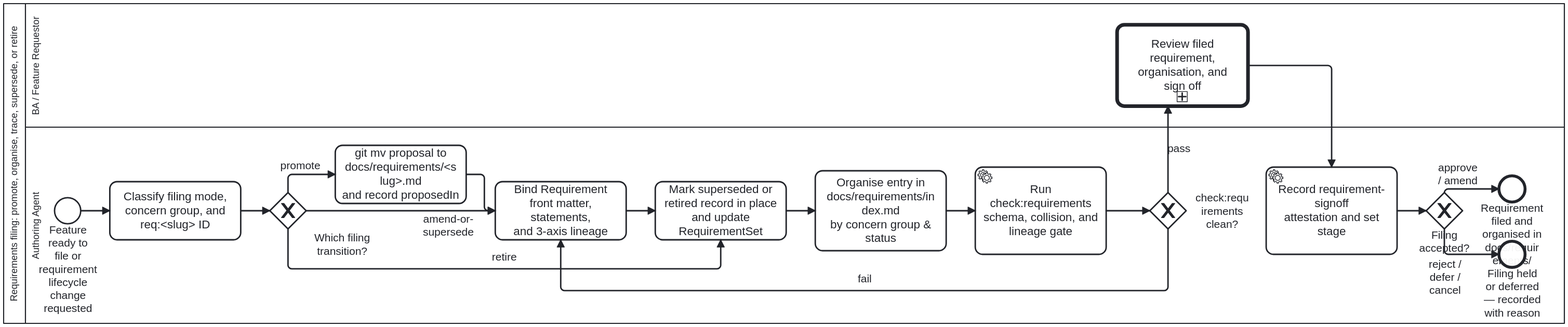
Before: docs/assets/img/workflows/requirements-filing.svg, a diagram exported from BPMN (litlfred/cat-harness). Its source is kept beside it as processes/sdlc/requirements-filing.bpmn. Ids are renumbered.
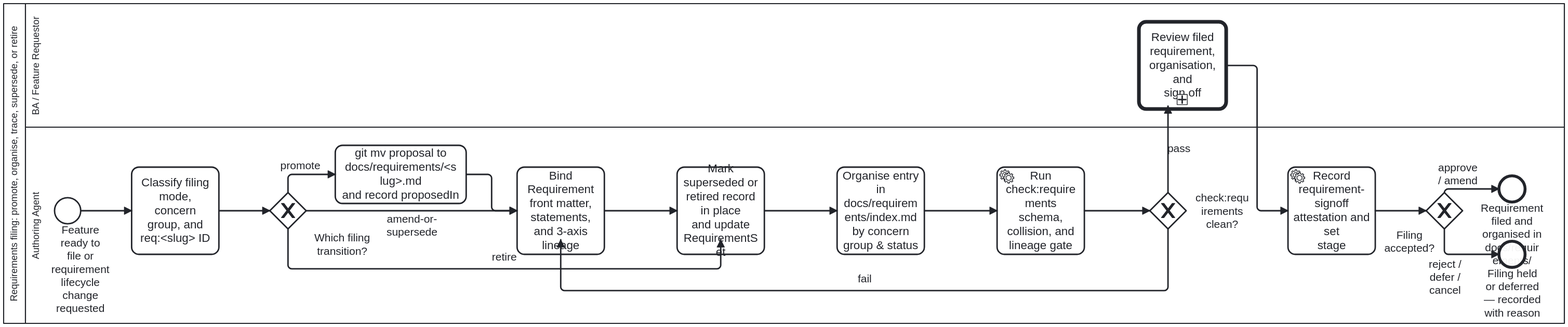
Later version of the same file.

Change to the diagram source:
```diff
@@ -159,9 +159,10 @@
 
       <bpmndi:BPMNShape id="Shape_Start_Process_RequirementsFiling" bpmnElement="Start_Process_RequirementsFiling">
         <dc:Bounds x="230" y="347" width="36" height="36" />
+        <bpmndi:BPMNLabel><dc:Bounds x="219.92" y="382.5" width="90" height="126" /></bpmndi:BPMNLabel>
       </bpmndi:BPMNShape>
       <bpmndi:BPMNShape id="Shape_A_ClassifyFiling" bpmnElement="A_ClassifyFiling">
-        <dc:Bounds x="306" y="325" width="180" height="80" />
+        <dc:Bounds x="336" y="305" width="120" height="120" />
       </bpmndi:BPMNShape>
       <bpmndi:BPMNShape id="Shape_GW_FilingMode" bpmnElement="GW_FilingMode" isMarkerVisible="true">
         <dc:Bounds x="526" y="340" width="50" height="50" />
@@ -171,29 +172,30 @@
         <dc:Bounds x="616" y="275" width="180" height="80" />
       </bpmndi:BPMNShape>
       <bpmndi:BPMNShape id="Shape_A_BindFrontMatter" bpmnElement="A_BindFrontMatter">
-        <dc:Bounds x="836" y="325" width="180" height="80" />
+        <dc:Bounds x="866" y="305" width="120" height="120" />
       </bpmndi:BPMNShape>
       <bpmndi:BPMNShape id="Shape_A_UpdateLifecycle" bpmnElement="A_UpdateLifecycle">
-        <dc:Bounds x="1056" y="325" width="180" height="80" />
+        <dc:Bounds x="1086" y="305" width="120" height="120" />
       </bpmndi:BPMNShape>
       <bpmndi:BPMNShape id="Shape_A_UpdateIndex" bpmnElement="A_UpdateIndex">
-        <dc:Bounds x="1276" y="310" width="180" height="110" />
+        <dc:Bounds x="1306" y="305" width="120" height="120" />
       </bpmndi:BPMNShape>
       <bpmndi:BPMNShape id="Shape_A_RunCheck" bpmnElement="A_RunCheck">
-        <dc:Bounds x="1496" y="305" width="180" height="120" />
+        <dc:Bounds x="1526" y="305" width="120" height="120" />
       </bpmndi:BPMNShape>
       <bpmndi:BPMNShape id="Shape_GW_CheckPassed" bpmnElement="GW_CheckPassed" isMarkerVisible="true">
         <dc:Bounds x="1736" y="340" width="50" height="50" />
-        <bpmndi:BPMNLabel><dc:Bounds x="1790" y="338.5" width="90" height="53" /></bpmndi:BPMNLabel>
-      </bpmndi:BPMNShape>
+
+      <bpmndi:BPMNLabel><dc:Bounds x="1790" y="338.5" width="90" height="53" /></bpmndi:BPMNLabel></bpmndi:BPMNShape>
       <bpmndi:BPMNShape id="Shape_BA_ReviewFiling" bpmnElement="BA_ReviewFiling">
-        <dc:Bounds x="1691" y="109" width="180" height="112" />
+        <dc:Bounds x="1721" y="105" width="120" height="120" />
       </bpmndi:BPMNShape>
       <bpmndi:BPMNShape id="Shape_A_RecordFilingSignoff" bpmnElement="A_RecordFilingSignoff">
-        <dc:Bounds x="1896" y="305" width="180" height="120" />
+        <dc:Bounds x="1926" y="305" width="120" height="120" />
       </bpmndi:BPMNShape>
       <bpmndi:BPMNShape id="Shape_GW_FilingAccepted" bpmnElement="GW_FilingAccepted" isMarkerVisible="true">
         <dc:Bounds x="2116" y="340" width="50" height="50" />
+        <bpmndi:BPMNLabel><dc:Bounds x="2048.01" y="389.5" width="90" height="36" /></bpmndi:BPMNLabel>
       </bpmndi:BPMNShape>
       <bpmndi:BPMNShape id="Shape_End_RequirementFiled" bpmnElement="End_RequirementFiled">
         <dc:Bounds x="2216" y="317" width="36" height="36" />
@@ -204,10 +206,10 @@
 
       <bpmndi:BPMNEdge id="Edge_SF_RF_1" bpmnElement="SF_RF_1">
         <di:waypoint x="266" y="365" />
-        <di:waypoint x="306" y="365" />
+        <di:waypoint x="336" y="365" />
       </bpmndi:BPMNEdge>
       <bpmndi:BPMNEdge id="Edge_SF_RF_2" bpmnElement="SF_RF_2">
-        <di:waypoint x="486" y="365" />
+        <di:waypoint x="456" y="365" />
         <di:waypoint x="526" y="365" />
       </bpmndi:BPMNEdge>
       <bpmndi:BPMNEdge id="Edge_SF_RF_Promote" bpmnElement="SF_RF_Promote">
@@ -218,8 +220,8 @@
       </bpmndi:BPMNEdge>
       <bpmndi:BPMNEdge id="Edge_SF_RF_Amend" bpmnElement="SF_RF_Amend">
         <di:waypoint x="576" y="365" />
-        <di:waypoint x="836" y="365" />
-        <bpmndi:BPMNLabel><dc:Bounds x="726" y="368" width="90" height="36" /></bpmndi:BPMNLabel>
+        <di:waypoint x="866" y="365" />
+        <bpmndi:BPMNLabel><dc:Bounds x="676" y="368" width="90" height="36" /></bpmndi:BPMNLabel>
       </bpmndi:BPMNEdge>
       <bpmndi:BPMNEdge id="Edge_SF_RF_Retire" bpmnElement="SF_RF_Retire">
         <di:waypoint x="551" y="390" />
@@ -229,24 +231,24 @@
       </bpmndi:BPMNEdge>
       <bpmndi:BPMNEdge id="Edge_SF_RF_3" bpmnElement="SF_RF_3">
         <di:waypoint x="796" y="315" />
-        <di:waypoint x="821" y="315" />
-        <di:waypoint x="821" y="365" />
-        <di:waypoint x="836" y="365" />
+        <di:waypoint x="831" y="315" />
+        <di:waypoint x="831" y="365" />
+        <di:waypoint x="866" y="365" />
       </bpmndi:BPMNEdge>
       <bpmndi:BPMNEdge id="Edge_SF_RF_4" bpmnElement="SF_RF_4">
-        <di:waypoint x="1016" y="365" />
-        <di:waypoint x="1056" y="365" />
+        <di:waypoint x="986" y="365" />
+        <di:waypoint x="1086" y="365" />
       </bpmndi:BPMNEdge>
       <bpmndi:BPMNEdge id="Edge_SF_RF_5" bpmnElement="SF_RF_5">
-        <di:waypoint x="1236" y="365" />
-        <di:waypoint x="1276" y="365" />
+        <di:waypoint x="1206" y="365" />
+        <di:waypoint x="1306" y="365" />
       </bpmndi:BPMNEdge>
       <bpmndi:BPMNEdge id="Edge_SF_RF_6" bpmnElement="SF_RF_6">
-        <di:waypoint x="1456" y="365" />
-        <di:waypoint x="1496" y="365" />
+        <di:waypoint x="1426" y="365" />
+        <di:waypoint x="1526" y="365" />
       </bpmndi:BPMNEdge>
       <bpmndi:BPMNEdge id="Edge_SF_RF_7" bpmnElement="SF_RF_7">
-        <di:waypoint x="1676" y="365" />
+        <di:waypoint x="1646" y="365" />
         <di:waypoint x="1736" y="365" />
       </bpmndi:BPMNEdge>
       <bpmndi:BPMNEdge id="Edge_SF_RF_CheckFail" bpmnElement="SF_RF_CheckFail">
@@ -260,12 +262,13 @@
         <di:waypoint x="1761" y="221" />
       </bpmndi:BPMNEdge>
       <bpmndi:BPMNEdge id="Edge_SF_RF_8" bpmnElement="SF_RF_8">
-        <di:waypoint x="1871" y="165" />
-        <di:waypoint x="1986" y="165" />
-        <di:waypoint x="1986" y="305" />
+        <di:waypoint x="1841" y="165" />
+        <di:waypoint x="1883.5" y="165" />
+        <di:waypoint x="1883.5" y="365" />
+        <di:waypoint x="1926" y="365" />
       </bpmndi:BPMNEdge>
       <bpmndi:BPMNEdge id="Edge_SF_RF_9" bpmnElement="SF_RF_9">
-        <di:waypoint x="2076" y="365" />
+        <di:waypoint x="2046" y="365" />
         <di:waypoint x="2116" y="365" />
       </bpmndi:BPMNEdge>
       <bpmndi:BPMNEdge id="Edge_SF_RF_Approved" bpmnElement="SF_RF_Approved">
```
